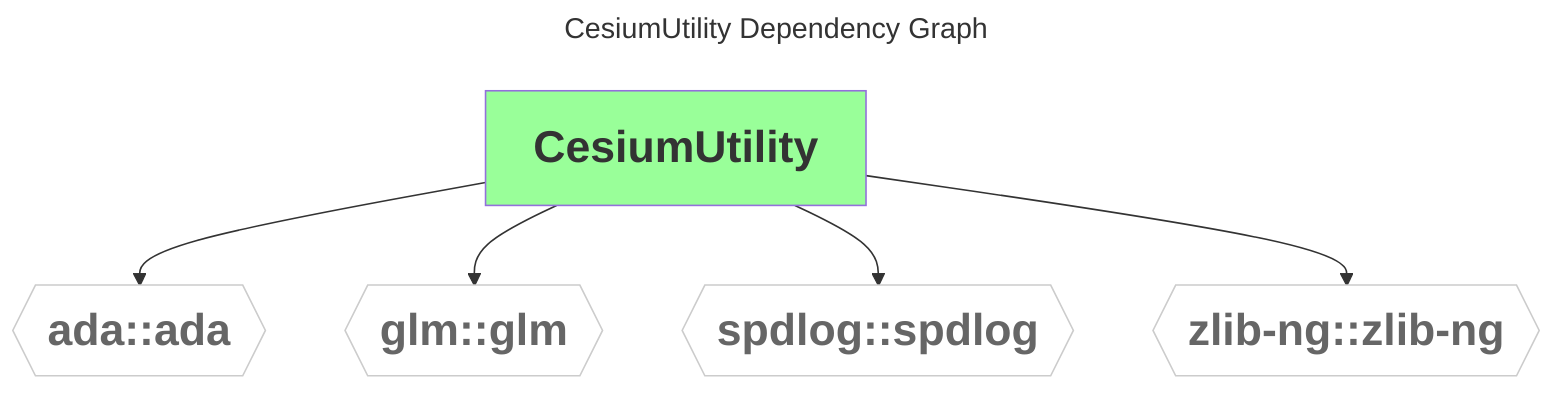
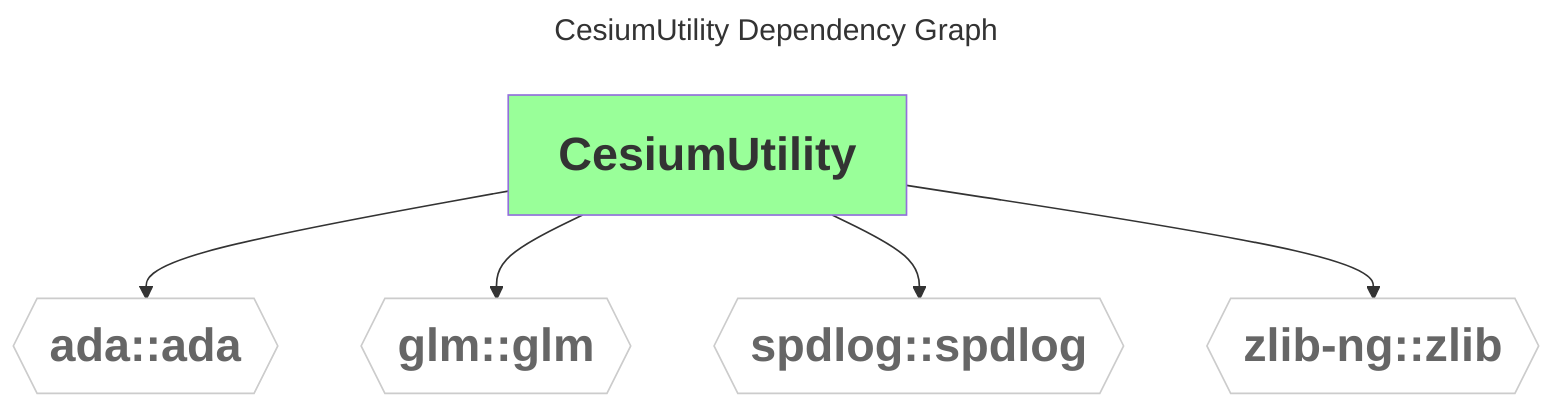
---
comment: This file was generated by dep-graph-gen. DO NOT EDIT THIS FILE!

title: CesiumUtility Dependency Graph
---
graph TD
  classDef dependencyNode fill:#fff,stroke:#ccc,color:#666,font-weight:bold,font-size:28px
  classDef libraryNode fill:#9f9,font-weight:bold,font-size:28px
  CesiumUtility[CesiumUtility] --> ada_ada{{ada::ada}}
  CesiumUtility[CesiumUtility] --> glm_glm{{glm::glm}}
  CesiumUtility[CesiumUtility] --> spdlog_spdlog{{spdlog::spdlog}}
-   CesiumUtility[CesiumUtility] --> zlib-ng_zlib-ng{{zlib-ng::zlib-ng}}
-   class ada_ada,glm_glm,spdlog_spdlog,zlib-ng_zlib-ng dependencyNode
+   CesiumUtility[CesiumUtility] --> zlib-ng_zlib{{zlib-ng::zlib}}
+   class ada_ada,glm_glm,spdlog_spdlog,zlib-ng_zlib dependencyNode
  class CesiumUtility libraryNode
